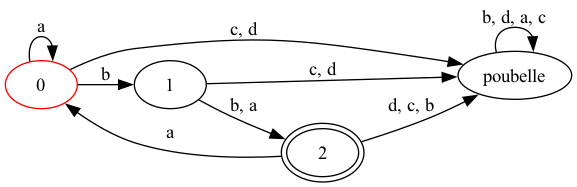
Above: affichage.dot.png in userdigitaldevil/automata (Graphviz), before the change. Its source is kept beside it as affichage.dot. Source of this version:
```dot
digraph a {
 rankdir=LR
0[ label ="0", color=red ];
0 -> 1 [ label = "b" ];
0 -> 3 [ label = "c, d" ];
0 -> 0 [ label = "a" ];
1[ label ="1",];
1 -> 2 [ label = "b, a" ];
1 -> 3 [ label = "c, d" ];
2[ label ="2",peripheries=2 ];
2 -> 3 [ label = "d, c, b" ];
2 -> 0 [ label = "a" ];
3[ label ="poubelle",];
3 -> 3 [ label = "b, d, a, c" ];
}
```
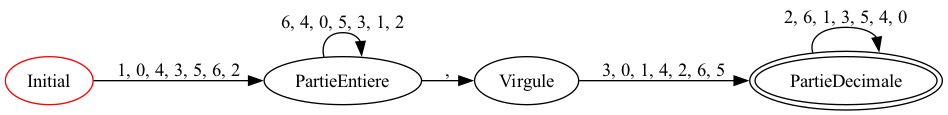
After the change.

Change to the diagram source:
```diff
@@ -1,15 +1,12 @@
 digraph a {
  rankdir=LR
-0[ label ="0", color=red ];
-0 -> 1 [ label = "b" ];
-0 -> 3 [ label = "c, d" ];
-0 -> 0 [ label = "a" ];
-1[ label ="1",];
-1 -> 2 [ label = "b, a" ];
-1 -> 3 [ label = "c, d" ];
-2[ label ="2",peripheries=2 ];
-2 -> 3 [ label = "d, c, b" ];
-2 -> 0 [ label = "a" ];
-3[ label ="poubelle",];
-3 -> 3 [ label = "b, d, a, c" ];
+0[ label ="Initial", color=red ];
+0 -> 1 [ label = "1, 0, 4, 3, 5, 6, 2" ];
+1[ label ="PartieEntiere",];
+1 -> 1 [ label = "6, 4, 0, 5, 3, 1, 2" ];
+1 -> 2 [ label = "," ];
+2[ label ="Virgule",];
+2 -> 3 [ label = "3, 0, 1, 4, 2, 6, 5" ];
+3[ label ="PartieDecimale",peripheries=2 ];
+3 -> 3 [ label = "2, 6, 1, 3, 5, 4, 0" ];
 }
```
